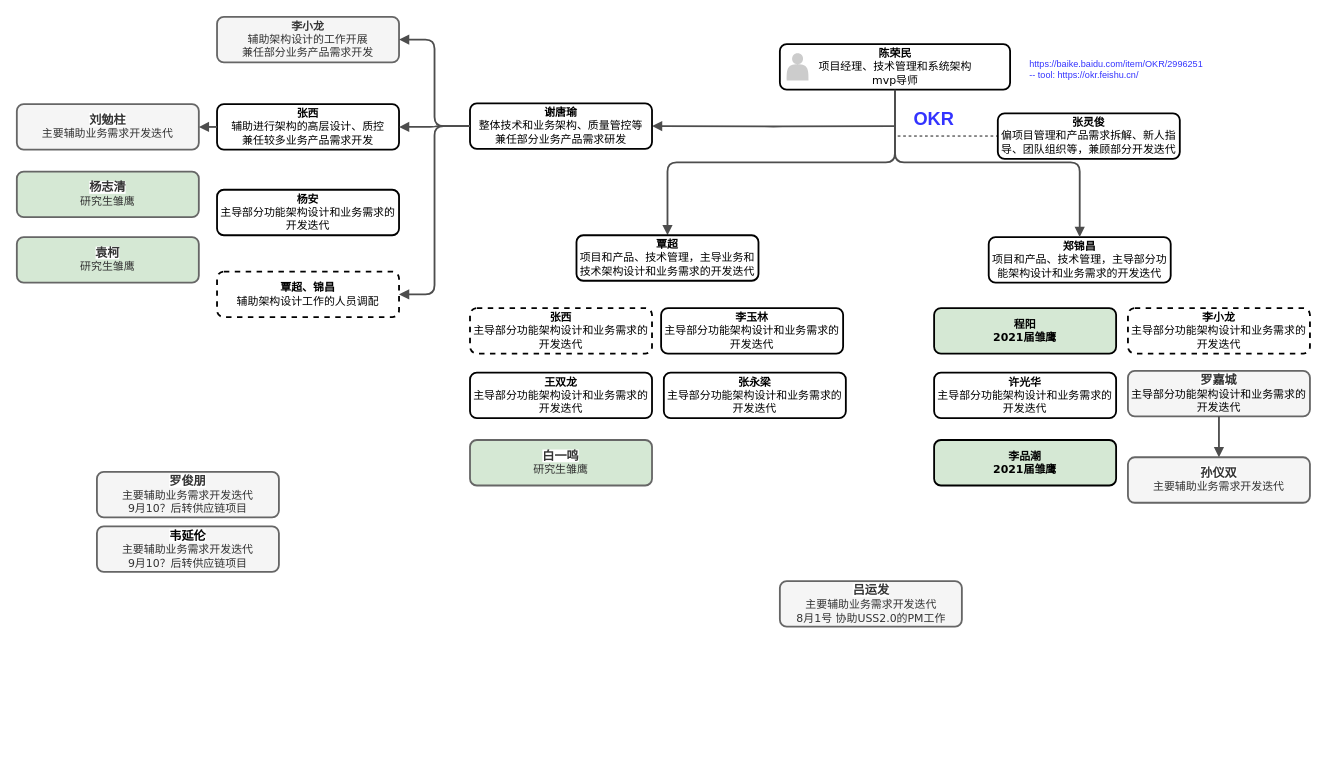
Earlier version of the draw.io diagram tshop/组织架构.drawio (lawplus/diagrams). Source tidied: cells renumbered, new cells numbered last; positions are measured from the earlier drawing's top-left corner, leaving out a move shared by most shapes. Both pictures are drawn from the tidied source at 91%, with x=0, y=0 at pixel (16, 16).
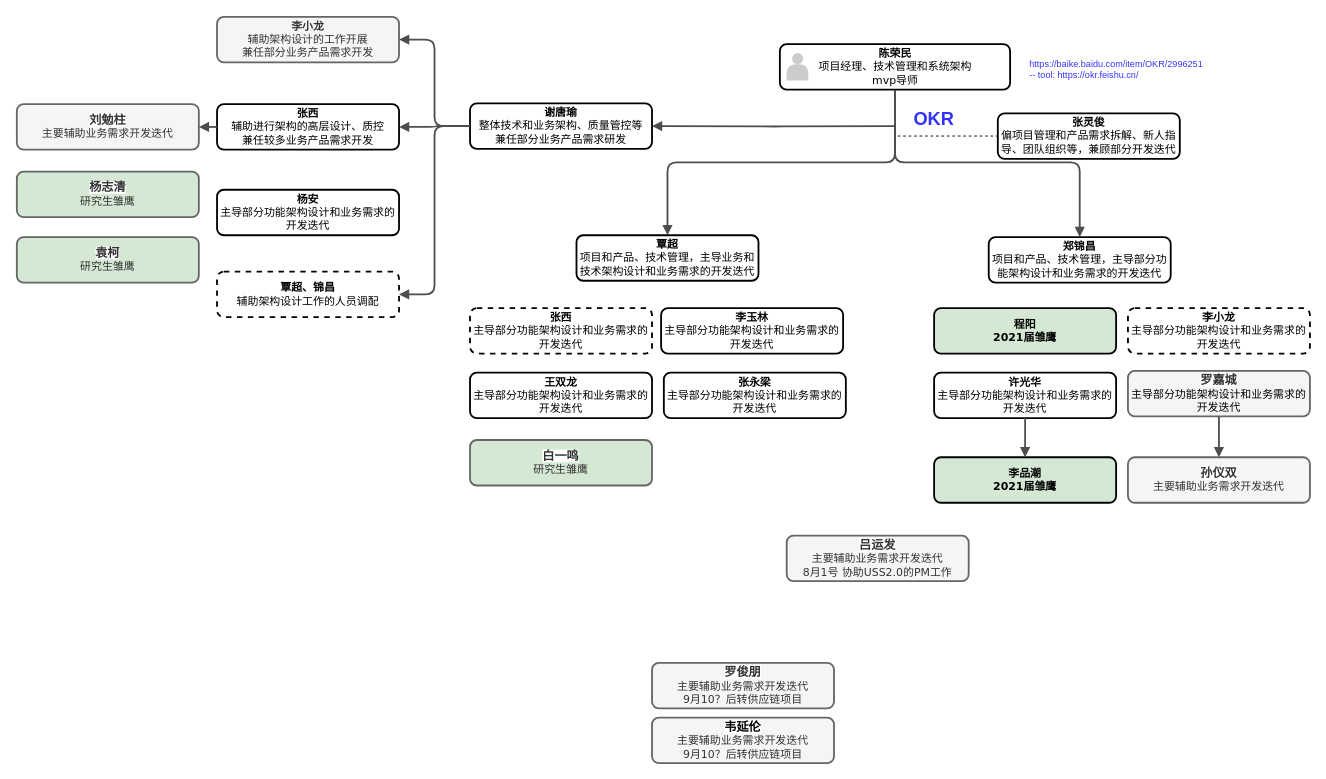
The same page after the edit.

The change refers to these unchanged cells:
```xml
<mxCell id="12" value="&lt;div&gt;许光华&lt;/div&gt;&lt;div&gt;&lt;span style=&quot;font-weight: normal&quot;&gt;主导部分功能架构设计和业务需求的开发迭代&lt;/span&gt;&lt;/div&gt;" style="whiteSpace=wrap;html=1;rounded=1;shadow=0;comic=0;strokeWidth=2;fontFamily=Verdana;align=center;fontSize=12;fontStyle=1;" parent="1" vertex="1">
  <mxGeometry x="1008" y="391" width="200" height="50" as="geometry" />
</mxCell>
```

The edit, as a diff of the source:
```diff
@@
     <mxCell id="19" value="&lt;div&gt;&lt;font face=&quot;arial&quot;&gt;&lt;span style=&quot;font-size: 13.3333px ; background-color: rgb(255 , 255 , 255)&quot;&gt;吕运发&lt;/span&gt;&lt;/font&gt;&lt;/div&gt;&lt;div&gt;&lt;span style=&quot;font-weight: 400&quot;&gt;主要辅助业务需求开发迭代&lt;/span&gt;&lt;br&gt;&lt;/div&gt;&lt;div&gt;&lt;span style=&quot;font-weight: 400&quot;&gt;8月1号 协助USS2.0的PM工作&lt;/span&gt;&lt;/div&gt;" style="whiteSpace=wrap;html=1;rounded=1;shadow=0;comic=0;strokeWidth=2;fontFamily=Verdana;align=center;fontSize=12;fontStyle=1;fillColor=#f5f5f5;strokeColor=#666666;fontColor=#333333;" parent="1" vertex="1">
-      <mxGeometry x="838.5" y="620" width="200" height="50" as="geometry" />
+      <mxGeometry x="846" y="570" width="200" height="50" as="geometry" />
     </mxCell>
@@
     <mxCell id="22" value="&lt;div&gt;&lt;span style=&quot;color: rgb(0 , 0 , 0) ; font-family: &amp;#34;arial&amp;#34; ; font-size: 13.3333px ; background-color: rgb(255 , 255 , 255)&quot;&gt;韦延伦&lt;/span&gt;&lt;br&gt;&lt;/div&gt;&lt;div&gt;&lt;span style=&quot;font-weight: normal&quot;&gt;主要辅助业务需求开发迭代&lt;/span&gt;&lt;/div&gt;&lt;div&gt;&lt;span style=&quot;font-weight: 400&quot;&gt;9月10？后转供应链项目&lt;/span&gt;&lt;span style=&quot;font-weight: normal&quot;&gt;&lt;br&gt;&lt;/span&gt;&lt;/div&gt;" style="whiteSpace=wrap;html=1;rounded=1;shadow=0;comic=0;strokeWidth=2;fontFamily=Verdana;align=center;fontSize=12;fontStyle=1;fillColor=#f5f5f5;strokeColor=#666666;fontColor=#333333;" parent="1" vertex="1">
-      <mxGeometry x="88" y="560" width="200" height="50" as="geometry" />
+      <mxGeometry x="698" y="770" width="200" height="50" as="geometry" />
     </mxCell>
@@
     <mxCell id="38" value="&lt;div&gt;&lt;span style=&quot;font-family: &amp;#34;arial&amp;#34; ; font-size: 13.3333px ; text-align: left ; background-color: rgb(255 , 255 , 255)&quot;&gt;罗俊朋&lt;/span&gt;&lt;br&gt;&lt;/div&gt;&lt;div&gt;&lt;span style=&quot;font-weight: normal&quot;&gt;主要辅助业务需求开发迭代&lt;/span&gt;&lt;/div&gt;&lt;div&gt;&lt;span style=&quot;font-weight: normal&quot;&gt;9月10？后转供应链项目&lt;/span&gt;&lt;/div&gt;" style="whiteSpace=wrap;html=1;rounded=1;shadow=0;comic=0;strokeWidth=2;fontFamily=Verdana;align=center;fontSize=12;fontStyle=1;fillColor=#f5f5f5;strokeColor=#666666;fontColor=#333333;" parent="1" vertex="1">
-      <mxGeometry x="88" y="500" width="200" height="50" as="geometry" />
+      <mxGeometry x="698" y="710" width="200" height="50" as="geometry" />
     </mxCell>
     <mxCell id="39" value="&lt;div&gt;李品潮&lt;br&gt;&lt;/div&gt;&lt;div&gt;2021届雏鹰&lt;/div&gt;" style="whiteSpace=wrap;html=1;rounded=1;shadow=0;comic=0;strokeWidth=2;fontFamily=Verdana;align=center;fontSize=12;fontStyle=1;fillColor=#D5E8D4;" parent="1" vertex="1">
-      <mxGeometry x="1008" y="465" width="200" height="50" as="geometry" />
+      <mxGeometry x="1008" y="484" width="200" height="50" as="geometry" />
     </mxCell>
+    <mxCell id="40" style="edgeStyle=orthogonalEdgeStyle;rounded=1;html=1;labelBackgroundColor=none;endArrow=block;endFill=1;strokeColor=#4D4D4D;strokeWidth=2;fontFamily=Verdana;fontSize=12;fontStyle=1;exitX=0.5;exitY=1;exitDx=0;exitDy=0;entryX=0.5;entryY=0;entryDx=0;entryDy=0;" parent="1" edge="1" source="12" target="39">
+      <mxGeometry relative="1" as="geometry" />
+    </mxCell>
```
